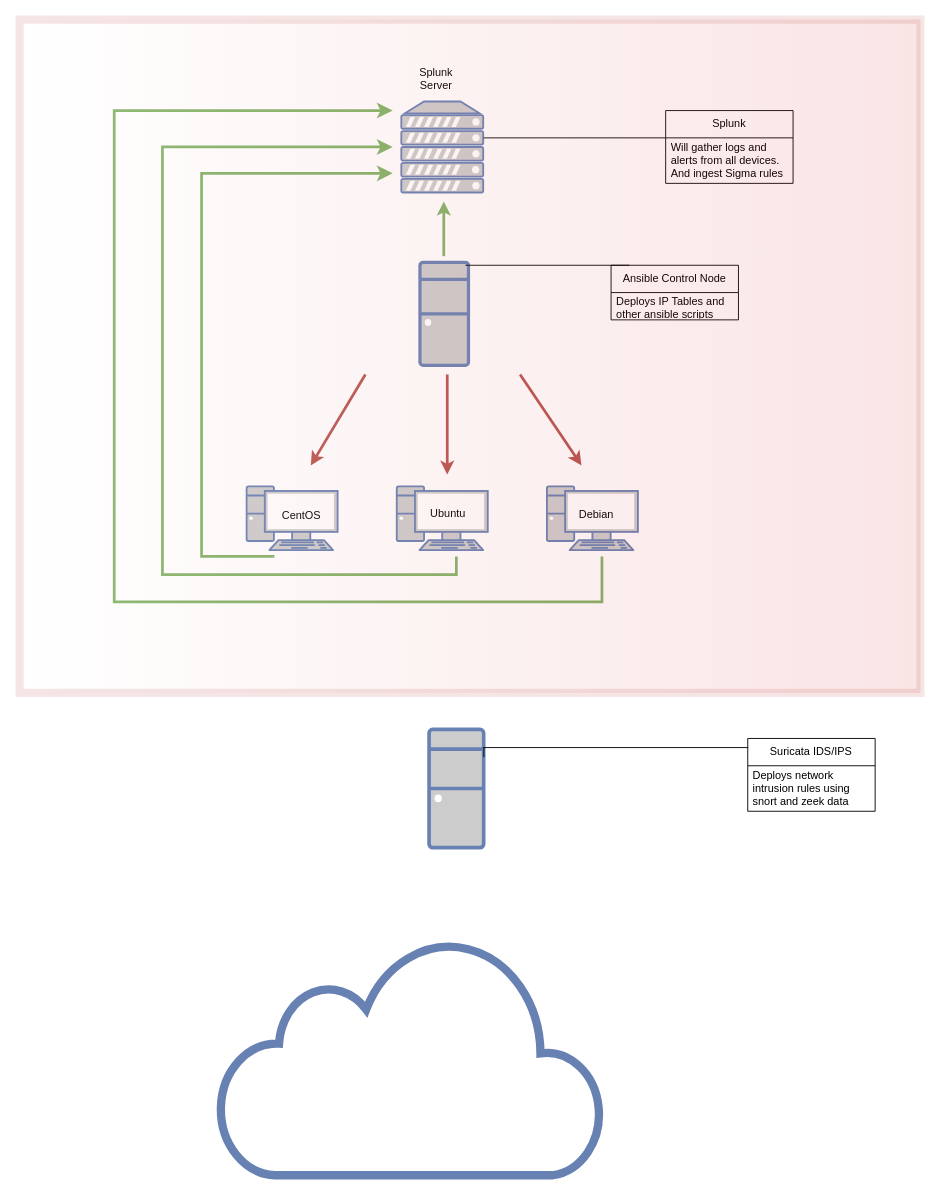
This is Lab Diagram.drawio from datboyblu3/TrainingGrounds, a draw.io file, before an edit. Source tidied: cells renumbered, new cells numbered last; positions are measured from the earlier drawing's top-left corner, leaving out a move shared by most shapes. Both pictures are drawn from the tidied source at 91%, with x=0, y=0 at pixel (19, 19).
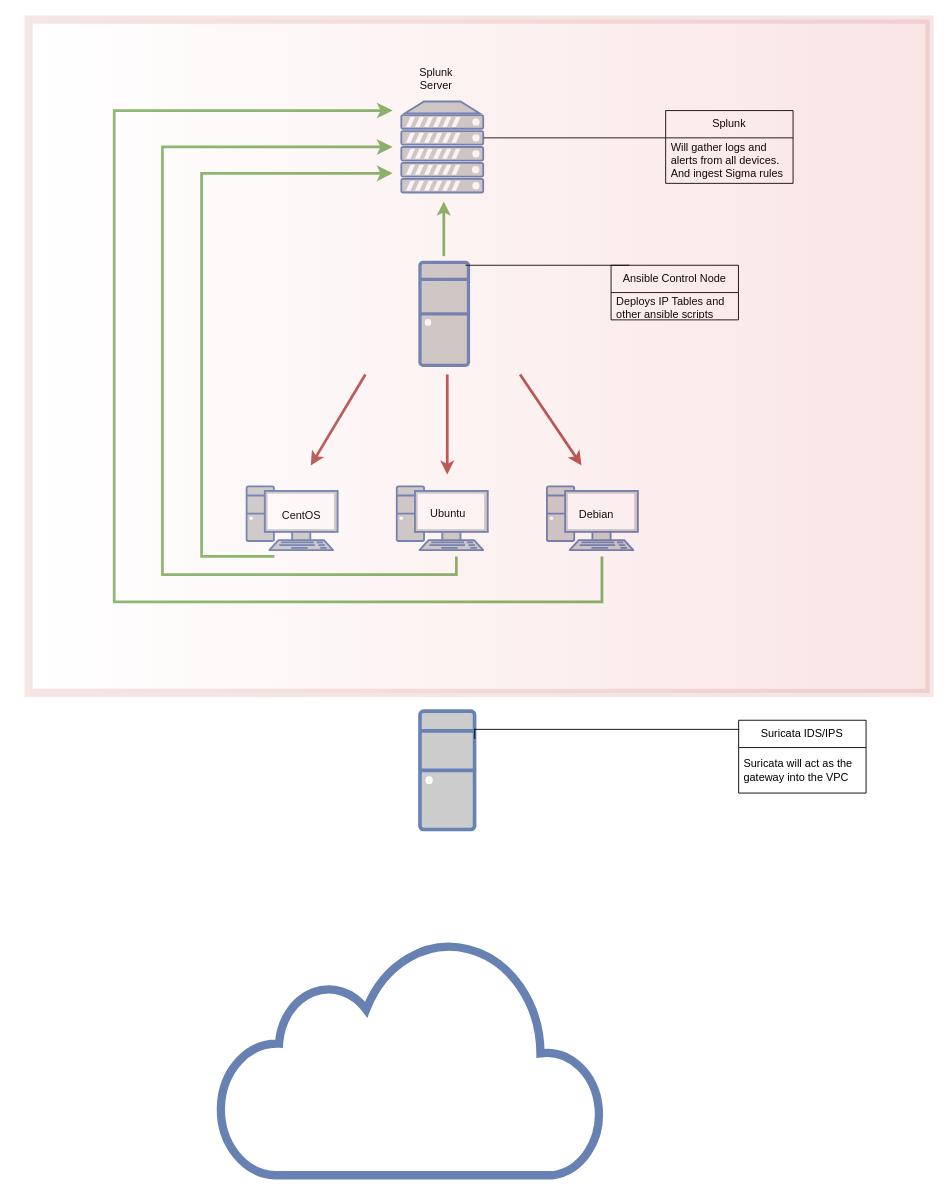
Above is the later version.

Commit message:
Suricata re-located to be the internet gateway

The change refers to these unchanged cells:
```xml
<mxCell id="31" value="Suricata IDS/IPS" style="swimlane;fontStyle=0;horizontal=1;startSize=30;whiteSpace=wrap;html=1;" parent="30" vertex="1">
  <mxGeometry x="290" width="140" height="80" as="geometry" />
</mxCell>
```

What changed in the source:
```diff
@@
     <mxCell id="28" style="group;" parent="1" vertex="1">
-      <mxGeometry x="450" y="780" width="490.2" height="130" as="geometry" />
+      <mxGeometry x="440" y="760" width="490.2" height="130" as="geometry" />
     </mxCell>
@@
     <mxCell id="30" style="group;" parent="28" vertex="1">
-      <mxGeometry x="60.2" y="10" width="430" height="80" as="geometry" />
+      <mxGeometry x="60.2" y="10" width="430" height="90" as="geometry" />
     </mxCell>
@@
-    <mxCell id="32" value="Deploys network intrusion rules using snort and zeek data&lt;br&gt;" style="text;strokeColor=none;fillColor=none;align=left;verticalAlign=middle;spacingLeft=4;spacingRight=4;overflow=hidden;whiteSpace=wrap;html=1;" parent="31" vertex="1">
+    <mxCell id="32" value="Suricata will act as the gateway into the VPC" style="text;strokeColor=none;fillColor=none;align=left;verticalAlign=middle;spacingLeft=4;spacingRight=4;overflow=hidden;whiteSpace=wrap;html=1;" parent="31" vertex="1">
       <mxGeometry y="30" width="140" height="50" as="geometry" />
     </mxCell>
@@
     <mxCell id="34" style="verticalLabelPosition=bottom;verticalAlign=top;html=1;shape=mxgraph.basic.rect;fillColor2=none;strokeWidth=9;size=20;indent=5;shadow=0;strokeColor=#990000;fillColor=default;gradientColor=#CC0000;gradientDirection=east;perimeterSpacing=0;opacity=10;" parent="1" vertex="1">
-      <mxGeometry width="990" height="740" as="geometry" />
+      <mxGeometry x="10" width="990" height="740" as="geometry" />
     </mxCell>
```
